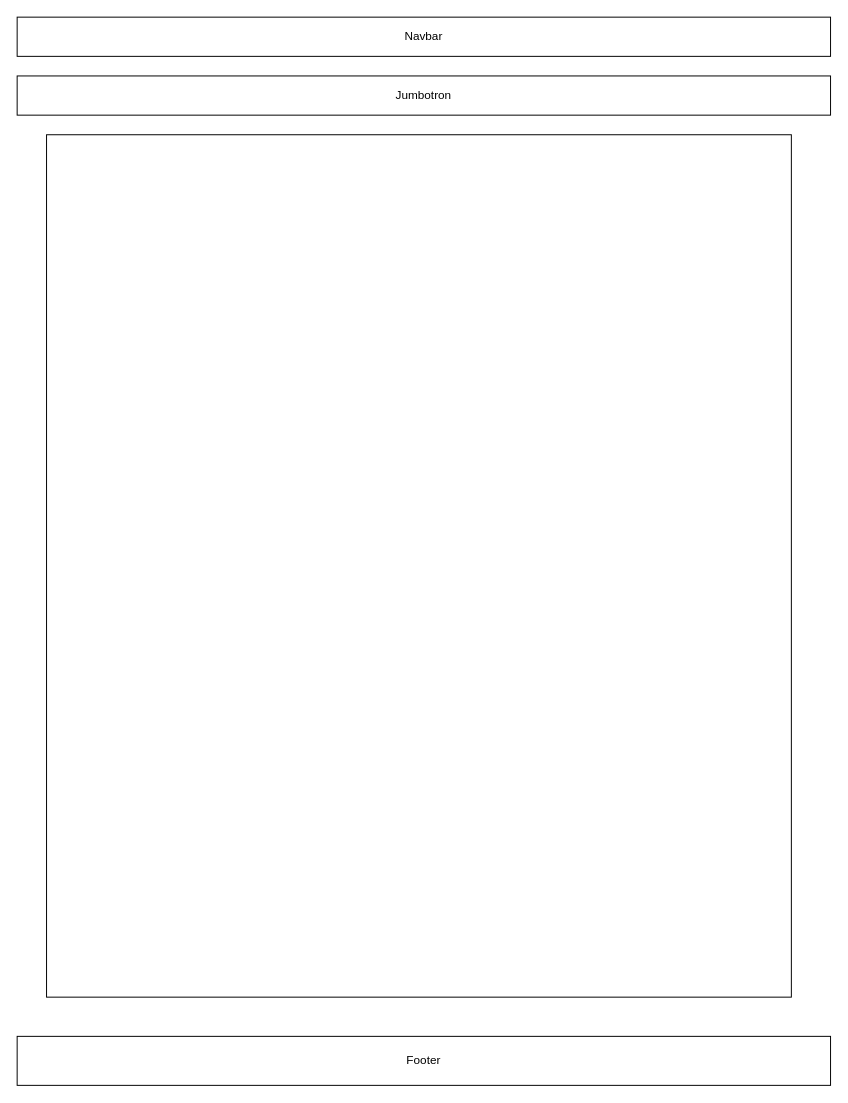
the-master-chefs/rockclimbingapp keeps this draw.io diagram as page "CragSearch" (4 of 9) of Untitled Diagram.drawio. Above is the earlier version. Source tidied: cells renumbered, new cells numbered last; positions are measured from the earlier drawing's top-left corner, leaving out a move shared by most shapes. Both pictures are drawn from the tidied source at 98%, with x=0, y=0 at pixel (17, 17).
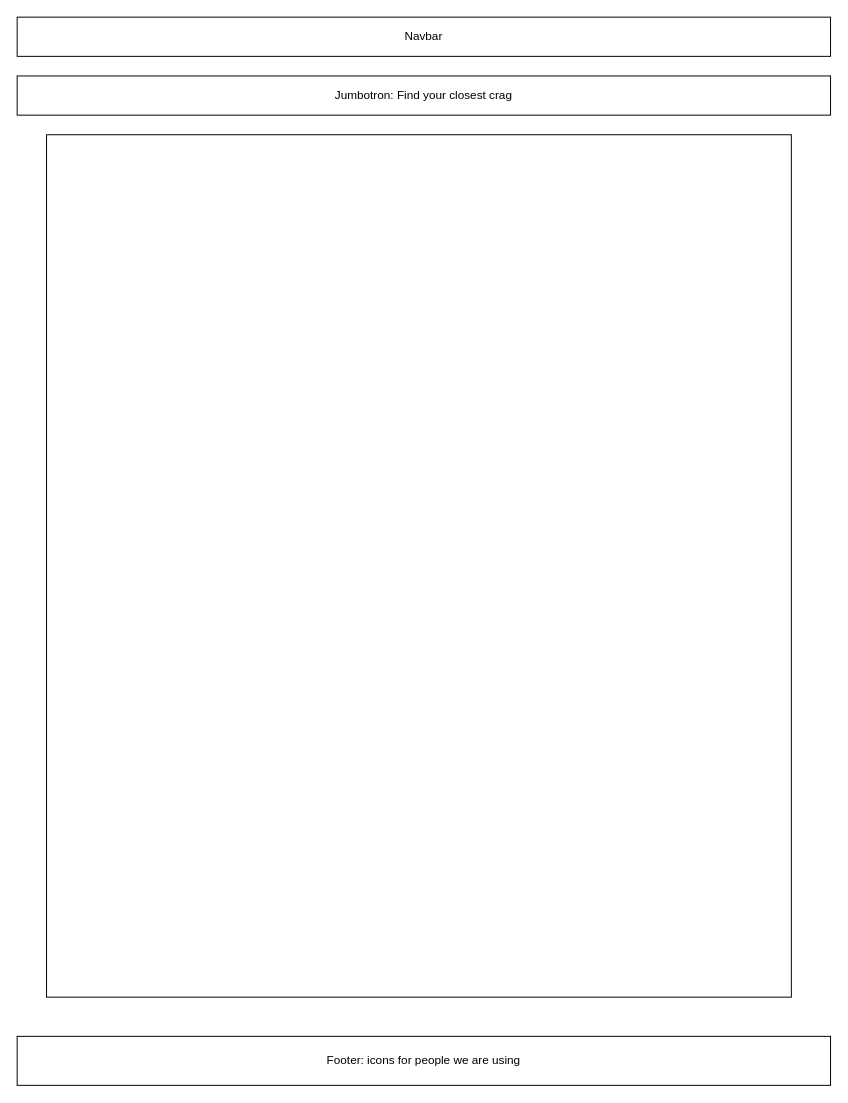
After the change.

The edit, as a diff of the source:
```diff
@@
 <mxGraphModel>
   <root>
     <mxCell id="0" />
     <mxCell id="1" parent="0" />
     <mxCell id="2" value="&lt;span style=&quot;white-space: normal&quot;&gt;Navbar&lt;/span&gt;" style="rounded=0;whiteSpace=wrap;html=1;" parent="1" vertex="1">
       <mxGeometry width="830" height="40" as="geometry" />
     </mxCell>
-    <mxCell id="3" value="&lt;span style=&quot;white-space: normal&quot;&gt;Jumbotron&lt;/span&gt;" style="rounded=0;whiteSpace=wrap;html=1;" parent="1" vertex="1">
+    <mxCell id="3" value="&lt;span style=&quot;white-space: normal&quot;&gt;Jumbotron: Find your closest crag&lt;/span&gt;" style="rounded=0;whiteSpace=wrap;html=1;" parent="1" vertex="1">
       <mxGeometry y="60" width="830" height="40" as="geometry" />
     </mxCell>
-    <mxCell id="4" value="Footer" style="rounded=0;whiteSpace=wrap;html=1;" parent="1" vertex="1">
+    <mxCell id="4" value="Footer: icons for people we are using" style="rounded=0;whiteSpace=wrap;html=1;" parent="1" vertex="1">
       <mxGeometry y="1040" width="830" height="50" as="geometry" />
     </mxCell>
     <mxCell id="5" style="rounded=0;whiteSpace=wrap;html=1;" parent="1" vertex="1">
       <mxGeometry x="30" y="120" width="760" height="880" as="geometry" />
     </mxCell>
   </root>
 </mxGraphModel>
```
